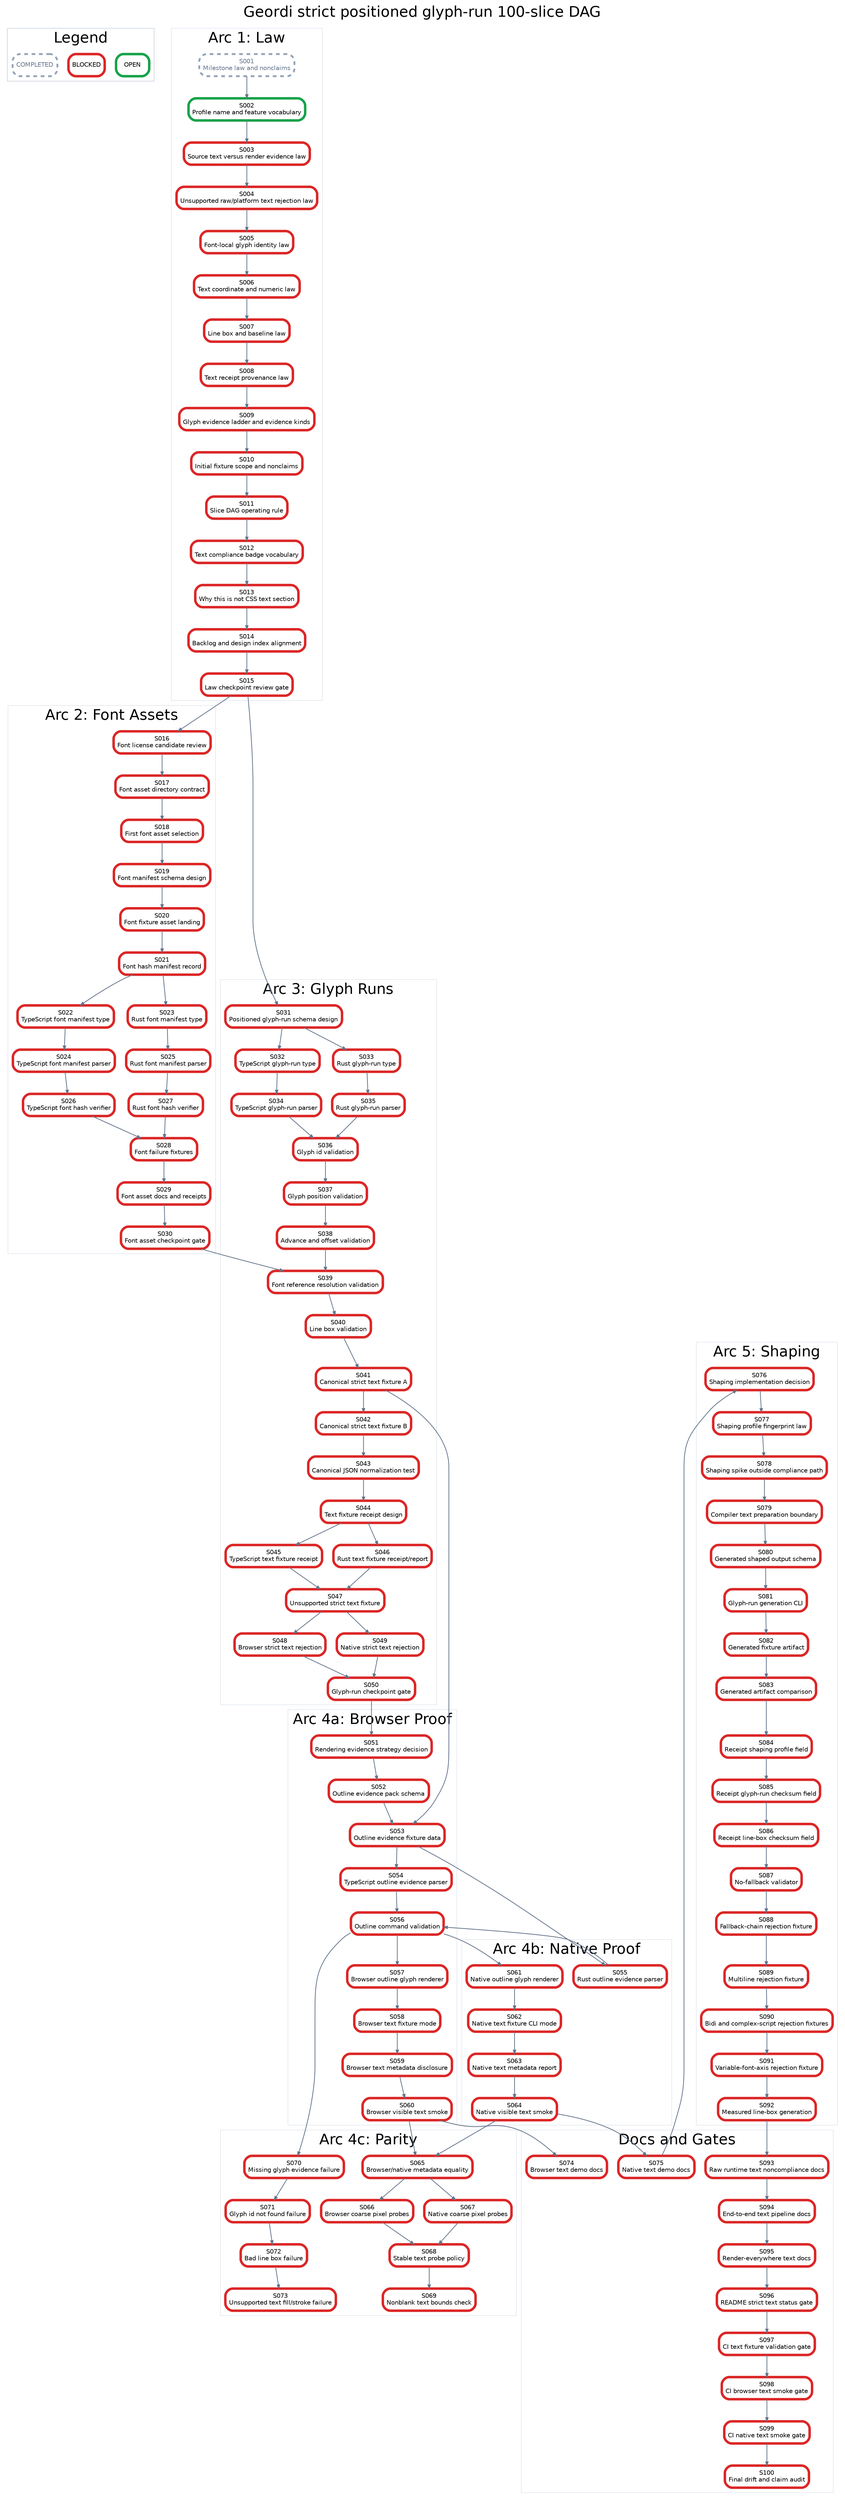
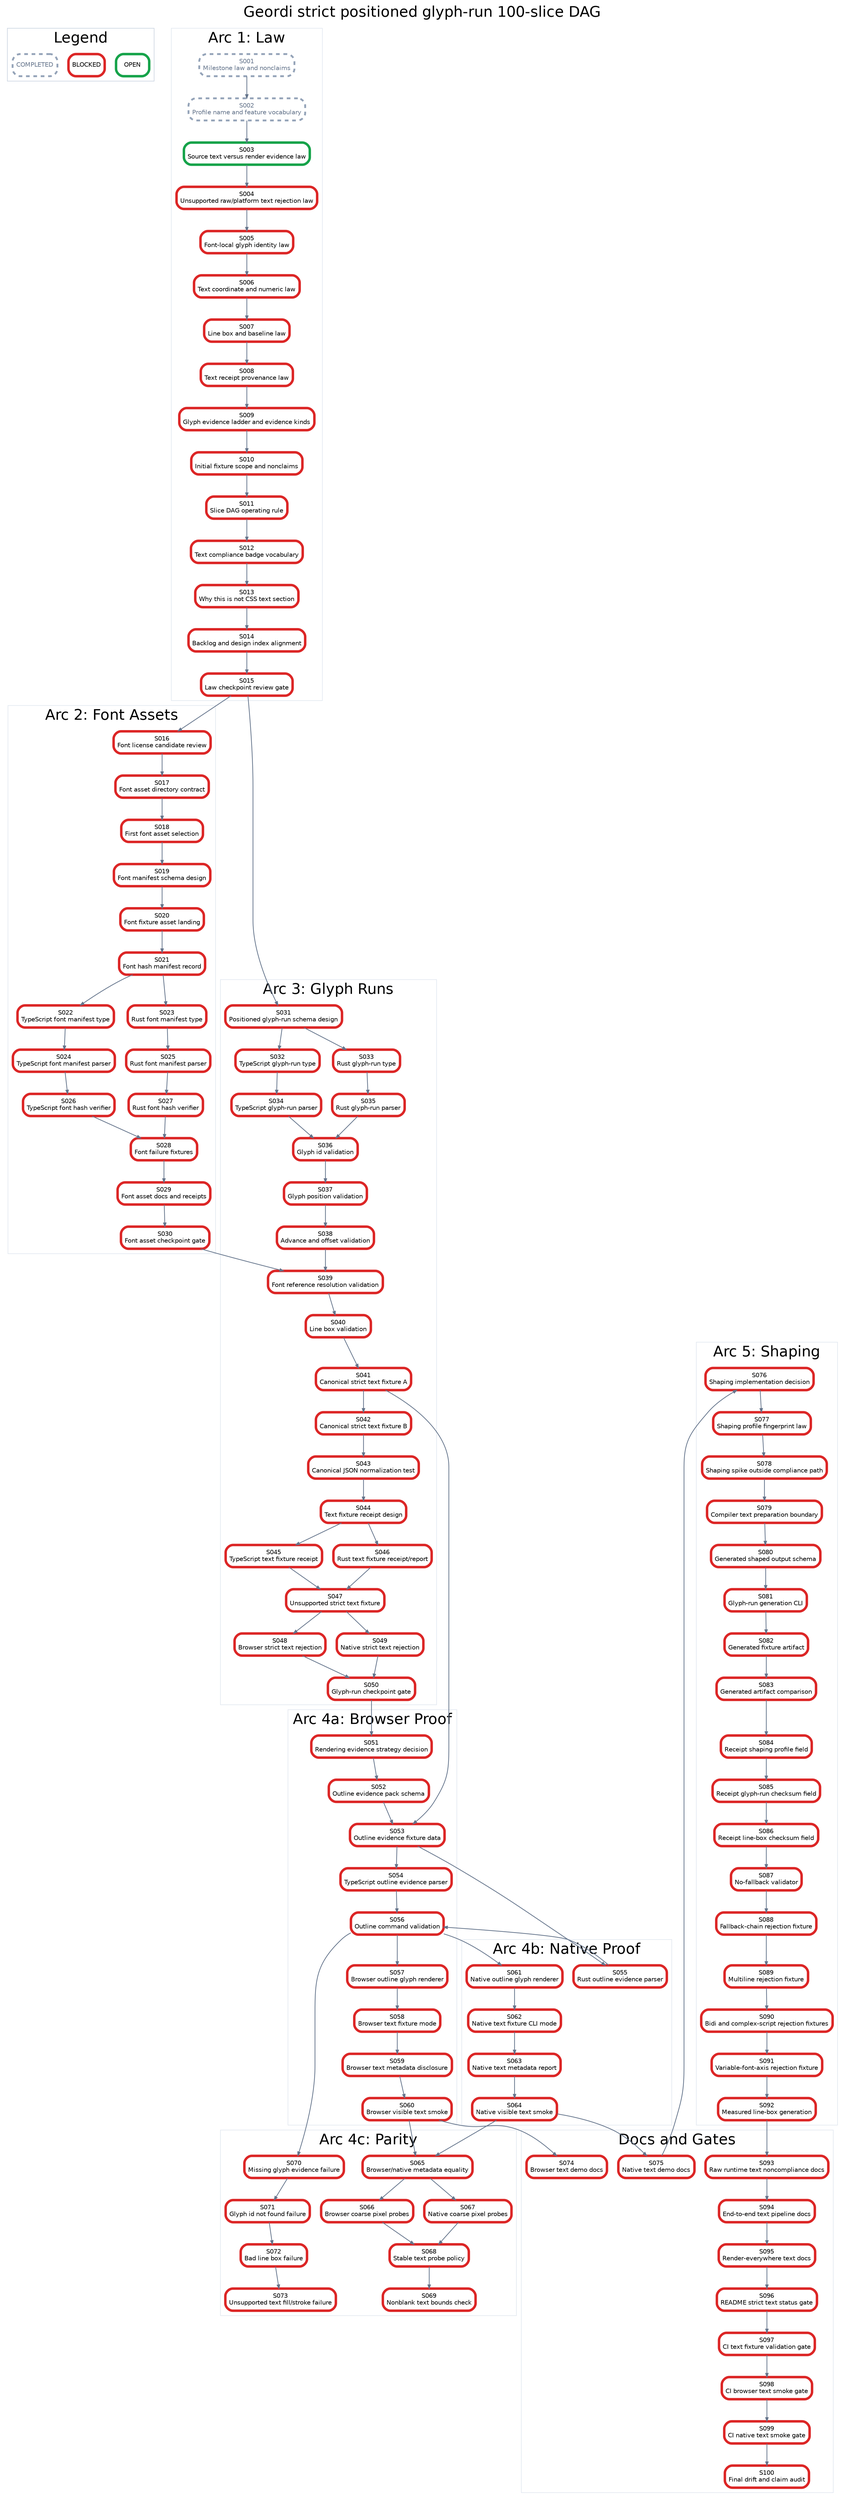
digraph StrictPositionedGlyphRunPlan {
  graph [rankdir=TB, bgcolor="white", fontname="Helvetica", label="Geordi strict positioned glyph-run 100-slice DAG", labelloc="t", fontsize=24];
  node [shape=box, style="rounded,filled", fillcolor="white", fontname="Helvetica", fontsize=10, margin="0.08,0.05"];
  edge [color="#64748b", arrowsize=0.6, penwidth=1.2];

  subgraph cluster_legend {
    label="Legend";
    color="#cbd5e1";
    legend_open [label="OPEN", color="#16a34a", penwidth=4];
    legend_blocked [label="BLOCKED", color="#dc2626", penwidth=4];
    legend_done [label="COMPLETED", color="#94a3b8", penwidth=3, style="rounded,filled,dashed", fontcolor="#64748b"];
  }

  subgraph cluster_law {
    label="Arc 1: Law";
    color="#e2e8f0";
    S001 [label="S001\nMilestone law and nonclaims", color="#94a3b8", penwidth=3, style="rounded,filled,dashed", fontcolor="#64748b"];
-     S002 [label="S002\nProfile name and feature vocabulary", color="#16a34a", penwidth=4];
-     S003 [label="S003\nSource text versus render evidence law", color="#dc2626", penwidth=4];
+     S002 [label="S002\nProfile name and feature vocabulary", color="#94a3b8", penwidth=3, style="rounded,filled,dashed", fontcolor="#64748b"];
+     S003 [label="S003\nSource text versus render evidence law", color="#16a34a", penwidth=4];
    S004 [label="S004\nUnsupported raw/platform text rejection law", color="#dc2626", penwidth=4];
    S005 [label="S005\nFont-local glyph identity law", color="#dc2626", penwidth=4];
    S006 [label="S006\nText coordinate and numeric law", color="#dc2626", penwidth=4];
    S007 [label="S007\nLine box and baseline law", color="#dc2626", penwidth=4];
    S008 [label="S008\nText receipt provenance law", color="#dc2626", penwidth=4];
    S009 [label="S009\nGlyph evidence ladder and evidence kinds", color="#dc2626", penwidth=4];
    S010 [label="S010\nInitial fixture scope and nonclaims", color="#dc2626", penwidth=4];
    S011 [label="S011\nSlice DAG operating rule", color="#dc2626", penwidth=4];
    S012 [label="S012\nText compliance badge vocabulary", color="#dc2626", penwidth=4];
    S013 [label="S013\nWhy this is not CSS text section", color="#dc2626", penwidth=4];
    S014 [label="S014\nBacklog and design index alignment", color="#dc2626", penwidth=4];
    S015 [label="S015\nLaw checkpoint review gate", color="#dc2626", penwidth=4];
  }

  subgraph cluster_assets {
    label="Arc 2: Font Assets";
    color="#e2e8f0";
    S016 [label="S016\nFont license candidate review", color="#dc2626", penwidth=4];
    S017 [label="S017\nFont asset directory contract", color="#dc2626", penwidth=4];
    S018 [label="S018\nFirst font asset selection", color="#dc2626", penwidth=4];
    S019 [label="S019\nFont manifest schema design", color="#dc2626", penwidth=4];
    S020 [label="S020\nFont fixture asset landing", color="#dc2626", penwidth=4];
    S021 [label="S021\nFont hash manifest record", color="#dc2626", penwidth=4];
    S022 [label="S022\nTypeScript font manifest type", color="#dc2626", penwidth=4];
    S023 [label="S023\nRust font manifest type", color="#dc2626", penwidth=4];
    S024 [label="S024\nTypeScript font manifest parser", color="#dc2626", penwidth=4];
    S025 [label="S025\nRust font manifest parser", color="#dc2626", penwidth=4];
    S026 [label="S026\nTypeScript font hash verifier", color="#dc2626", penwidth=4];
    S027 [label="S027\nRust font hash verifier", color="#dc2626", penwidth=4];
    S028 [label="S028\nFont failure fixtures", color="#dc2626", penwidth=4];
    S029 [label="S029\nFont asset docs and receipts", color="#dc2626", penwidth=4];
    S030 [label="S030\nFont asset checkpoint gate", color="#dc2626", penwidth=4];
  }

  subgraph cluster_glyph {
    label="Arc 3: Glyph Runs";
    color="#e2e8f0";
    S031 [label="S031\nPositioned glyph-run schema design", color="#dc2626", penwidth=4];
    S032 [label="S032\nTypeScript glyph-run type", color="#dc2626", penwidth=4];
    S033 [label="S033\nRust glyph-run type", color="#dc2626", penwidth=4];
    S034 [label="S034\nTypeScript glyph-run parser", color="#dc2626", penwidth=4];
    S035 [label="S035\nRust glyph-run parser", color="#dc2626", penwidth=4];
    S036 [label="S036\nGlyph id validation", color="#dc2626", penwidth=4];
    S037 [label="S037\nGlyph position validation", color="#dc2626", penwidth=4];
    S038 [label="S038\nAdvance and offset validation", color="#dc2626", penwidth=4];
    S039 [label="S039\nFont reference resolution validation", color="#dc2626", penwidth=4];
    S040 [label="S040\nLine box validation", color="#dc2626", penwidth=4];
    S041 [label="S041\nCanonical strict text fixture A", color="#dc2626", penwidth=4];
    S042 [label="S042\nCanonical strict text fixture B", color="#dc2626", penwidth=4];
    S043 [label="S043\nCanonical JSON normalization test", color="#dc2626", penwidth=4];
    S044 [label="S044\nText fixture receipt design", color="#dc2626", penwidth=4];
    S045 [label="S045\nTypeScript text fixture receipt", color="#dc2626", penwidth=4];
    S046 [label="S046\nRust text fixture receipt/report", color="#dc2626", penwidth=4];
    S047 [label="S047\nUnsupported strict text fixture", color="#dc2626", penwidth=4];
    S048 [label="S048\nBrowser strict text rejection", color="#dc2626", penwidth=4];
    S049 [label="S049\nNative strict text rejection", color="#dc2626", penwidth=4];
    S050 [label="S050\nGlyph-run checkpoint gate", color="#dc2626", penwidth=4];
  }

  subgraph cluster_browser {
    label="Arc 4a: Browser Proof";
    color="#e2e8f0";
    S051 [label="S051\nRendering evidence strategy decision", color="#dc2626", penwidth=4];
    S052 [label="S052\nOutline evidence pack schema", color="#dc2626", penwidth=4];
    S053 [label="S053\nOutline evidence fixture data", color="#dc2626", penwidth=4];
    S054 [label="S054\nTypeScript outline evidence parser", color="#dc2626", penwidth=4];
    S056 [label="S056\nOutline command validation", color="#dc2626", penwidth=4];
    S057 [label="S057\nBrowser outline glyph renderer", color="#dc2626", penwidth=4];
    S058 [label="S058\nBrowser text fixture mode", color="#dc2626", penwidth=4];
    S059 [label="S059\nBrowser text metadata disclosure", color="#dc2626", penwidth=4];
    S060 [label="S060\nBrowser visible text smoke", color="#dc2626", penwidth=4];
  }

  subgraph cluster_native {
    label="Arc 4b: Native Proof";
    color="#e2e8f0";
    S055 [label="S055\nRust outline evidence parser", color="#dc2626", penwidth=4];
    S061 [label="S061\nNative outline glyph renderer", color="#dc2626", penwidth=4];
    S062 [label="S062\nNative text fixture CLI mode", color="#dc2626", penwidth=4];
    S063 [label="S063\nNative text metadata report", color="#dc2626", penwidth=4];
    S064 [label="S064\nNative visible text smoke", color="#dc2626", penwidth=4];
  }

  subgraph cluster_parity {
    label="Arc 4c: Parity";
    color="#e2e8f0";
    S065 [label="S065\nBrowser/native metadata equality", color="#dc2626", penwidth=4];
    S066 [label="S066\nBrowser coarse pixel probes", color="#dc2626", penwidth=4];
    S067 [label="S067\nNative coarse pixel probes", color="#dc2626", penwidth=4];
    S068 [label="S068\nStable text probe policy", color="#dc2626", penwidth=4];
    S069 [label="S069\nNonblank text bounds check", color="#dc2626", penwidth=4];
    S070 [label="S070\nMissing glyph evidence failure", color="#dc2626", penwidth=4];
    S071 [label="S071\nGlyph id not found failure", color="#dc2626", penwidth=4];
    S072 [label="S072\nBad line box failure", color="#dc2626", penwidth=4];
    S073 [label="S073\nUnsupported text fill/stroke failure", color="#dc2626", penwidth=4];
  }

  subgraph cluster_shaping {
    label="Arc 5: Shaping";
    color="#e2e8f0";
    S076 [label="S076\nShaping implementation decision", color="#dc2626", penwidth=4];
    S077 [label="S077\nShaping profile fingerprint law", color="#dc2626", penwidth=4];
    S078 [label="S078\nShaping spike outside compliance path", color="#dc2626", penwidth=4];
    S079 [label="S079\nCompiler text preparation boundary", color="#dc2626", penwidth=4];
    S080 [label="S080\nGenerated shaped output schema", color="#dc2626", penwidth=4];
    S081 [label="S081\nGlyph-run generation CLI", color="#dc2626", penwidth=4];
    S082 [label="S082\nGenerated fixture artifact", color="#dc2626", penwidth=4];
    S083 [label="S083\nGenerated artifact comparison", color="#dc2626", penwidth=4];
    S084 [label="S084\nReceipt shaping profile field", color="#dc2626", penwidth=4];
    S085 [label="S085\nReceipt glyph-run checksum field", color="#dc2626", penwidth=4];
    S086 [label="S086\nReceipt line-box checksum field", color="#dc2626", penwidth=4];
    S087 [label="S087\nNo-fallback validator", color="#dc2626", penwidth=4];
    S088 [label="S088\nFallback-chain rejection fixture", color="#dc2626", penwidth=4];
    S089 [label="S089\nMultiline rejection fixture", color="#dc2626", penwidth=4];
    S090 [label="S090\nBidi and complex-script rejection fixtures", color="#dc2626", penwidth=4];
    S091 [label="S091\nVariable-font-axis rejection fixture", color="#dc2626", penwidth=4];
    S092 [label="S092\nMeasured line-box generation", color="#dc2626", penwidth=4];
  }

  subgraph cluster_docs {
    label="Docs and Gates";
    color="#e2e8f0";
    S074 [label="S074\nBrowser text demo docs", color="#dc2626", penwidth=4];
    S075 [label="S075\nNative text demo docs", color="#dc2626", penwidth=4];
    S093 [label="S093\nRaw runtime text noncompliance docs", color="#dc2626", penwidth=4];
    S094 [label="S094\nEnd-to-end text pipeline docs", color="#dc2626", penwidth=4];
    S095 [label="S095\nRender-everywhere text docs", color="#dc2626", penwidth=4];
    S096 [label="S096\nREADME strict text status gate", color="#dc2626", penwidth=4];
    S097 [label="S097\nCI text fixture validation gate", color="#dc2626", penwidth=4];
    S098 [label="S098\nCI browser text smoke gate", color="#dc2626", penwidth=4];
    S099 [label="S099\nCI native text smoke gate", color="#dc2626", penwidth=4];
    S100 [label="S100\nFinal drift and claim audit", color="#dc2626", penwidth=4];
  }

  S001 -> S002;
  S002 -> S003;
  S003 -> S004;
  S004 -> S005;
  S005 -> S006;
  S006 -> S007;
  S007 -> S008;
  S008 -> S009;
  S009 -> S010;
  S010 -> S011;
  S011 -> S012;
  S012 -> S013;
  S013 -> S014;
  S014 -> S015;
  S015 -> S016;
  S016 -> S017;
  S017 -> S018;
  S018 -> S019;
  S019 -> S020;
  S020 -> S021;
  S021 -> S022;
  S021 -> S023;
  S022 -> S024;
  S023 -> S025;
  S024 -> S026;
  S025 -> S027;
  S026 -> S028;
  S027 -> S028;
  S028 -> S029;
  S029 -> S030;
  S015 -> S031;
  S031 -> S032;
  S031 -> S033;
  S032 -> S034;
  S033 -> S035;
  S034 -> S036;
  S035 -> S036;
  S036 -> S037;
  S037 -> S038;
  S038 -> S039;
  S039 -> S040;
  S030 -> S039;
  S040 -> S041;
  S041 -> S042;
  S042 -> S043;
  S043 -> S044;
  S044 -> S045;
  S044 -> S046;
  S045 -> S047;
  S046 -> S047;
  S047 -> S048;
  S047 -> S049;
  S048 -> S050;
  S049 -> S050;
  S050 -> S051;
  S051 -> S052;
  S052 -> S053;
  S041 -> S053;
  S053 -> S054;
  S053 -> S055;
  S054 -> S056;
  S055 -> S056;
  S056 -> S057;
  S057 -> S058;
  S058 -> S059;
  S059 -> S060;
  S056 -> S061;
  S061 -> S062;
  S062 -> S063;
  S063 -> S064;
  S060 -> S065;
  S064 -> S065;
  S065 -> S066;
  S065 -> S067;
  S066 -> S068;
  S067 -> S068;
  S068 -> S069;
  S056 -> S070;
  S070 -> S071;
  S071 -> S072;
  S072 -> S073;
  S060 -> S074;
  S064 -> S075;
  S075 -> S076;
  S076 -> S077;
  S077 -> S078;
  S078 -> S079;
  S079 -> S080;
  S080 -> S081;
  S081 -> S082;
  S082 -> S083;
  S083 -> S084;
  S084 -> S085;
  S085 -> S086;
  S086 -> S087;
  S087 -> S088;
  S088 -> S089;
  S089 -> S090;
  S090 -> S091;
  S091 -> S092;
  S092 -> S093;
  S093 -> S094;
  S094 -> S095;
  S095 -> S096;
  S096 -> S097;
  S097 -> S098;
  S098 -> S099;
  S099 -> S100;
}
